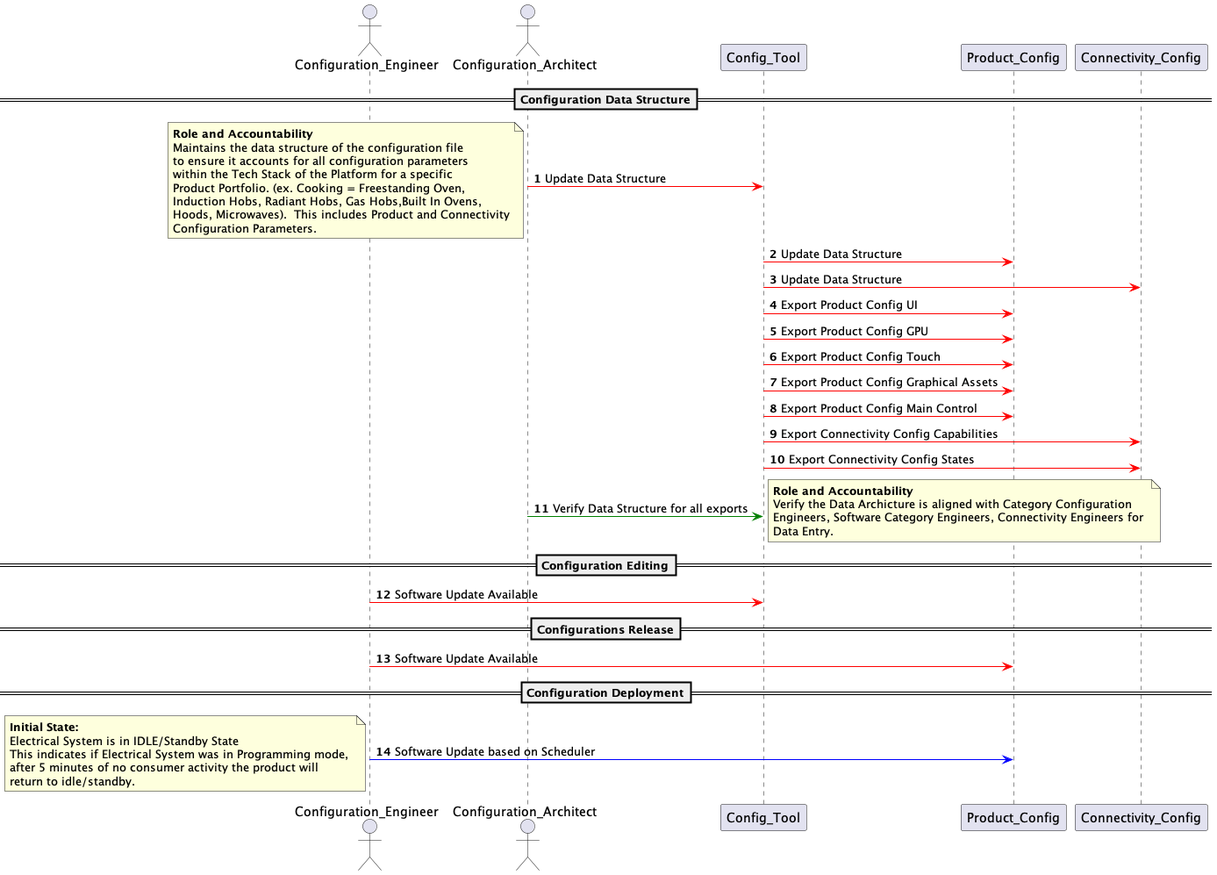
The PlantUML diagram configurations_and_capabilities/document_formats/Configuration_Process.png in wjelston/wallaceelston.github.io, before a commit.
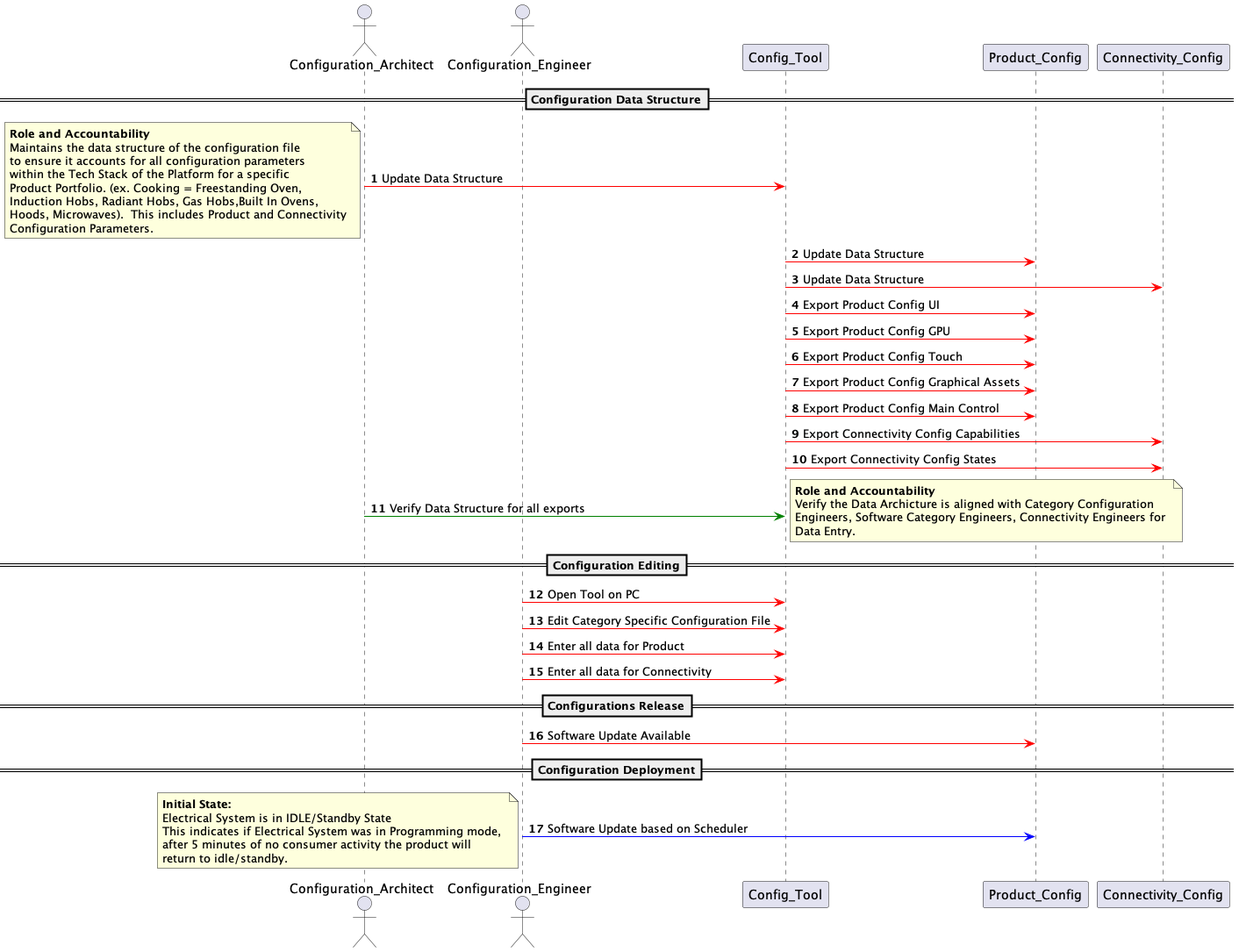
After the change.

Diff of the diagram source:
```diff
@@ -2,8 +2,8 @@
 
 
     autonumber
+    actor Configuration_Architect
     actor Configuration_Engineer
-    actor Configuration_Architect
 
     ==Configuration Data Structure==
 
@@ -18,6 +18,7 @@
     Hoods, Microwaves).  This includes Product and Connectivity
     Configuration Parameters.
     end note
+
     Config_Tool -[#red]> Product_Config : Update Data Structure
     Config_Tool -[#red]> Connectivity_Config : Update Data Structure
     Config_Tool -[#red]> Product_Config: Export Product Config UI
@@ -37,7 +38,10 @@
 
     ==Configuration Editing==
 
-    Configuration_Engineer -[#red]> Config_Tool : Software Update Available
+    Configuration_Engineer -[#red]> Config_Tool : Open Tool on PC
+    Configuration_Engineer -[#red]> Config_Tool : Edit Category Specific Configuration File
+    Configuration_Engineer -[#red]> Config_Tool : Enter all data for Product
+    Configuration_Engineer -[#red]> Config_Tool : Enter all data for Connectivity
 
     ==Configurations Release==
 
```
